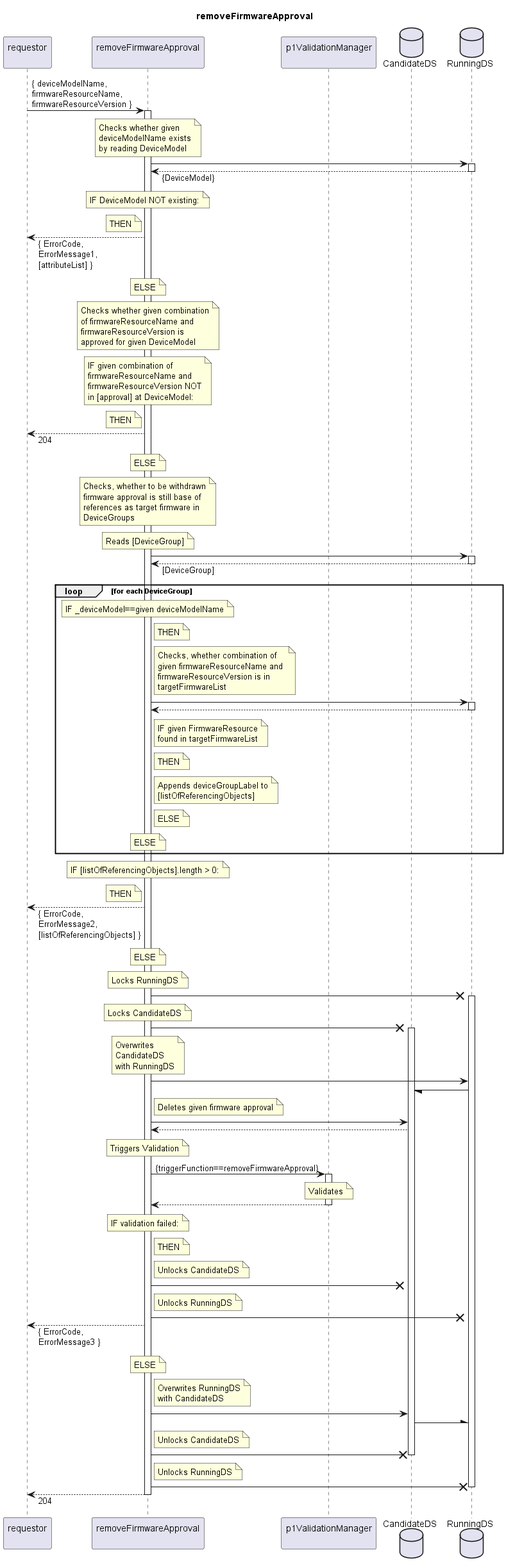
The PlantUML diagram spec/Services/removeFirmwareApproval/1.0.0/removeFirmwareApproval.png in openBackhaul/FirmWareManager, before a commit.
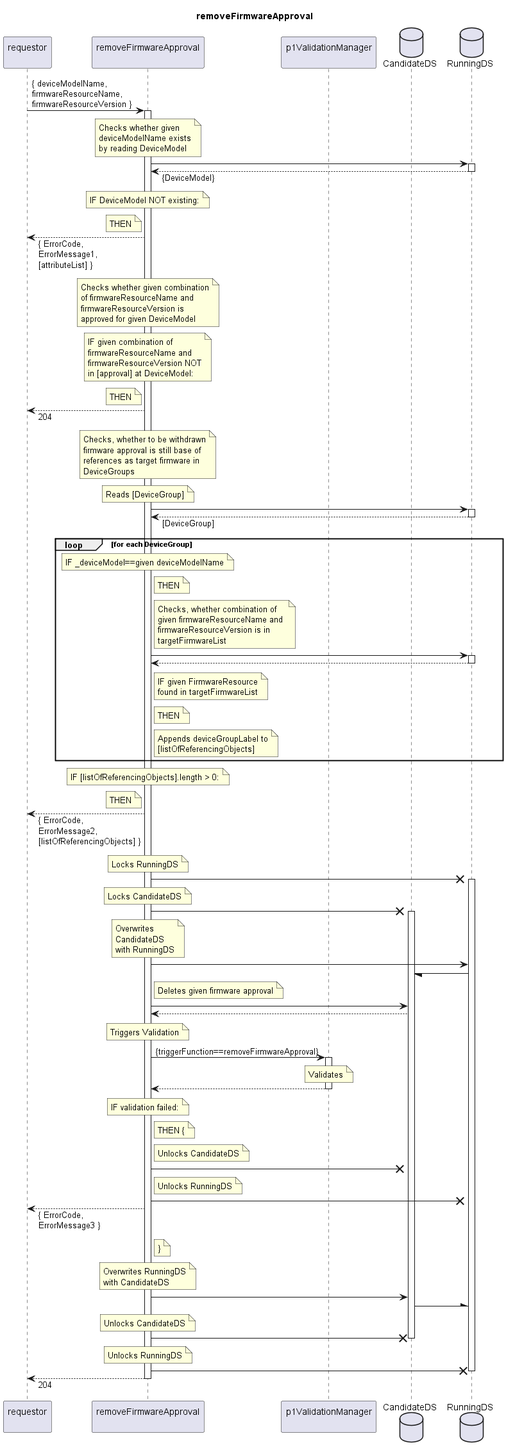
The same file after the commit.

What changed in the source:
```diff
@@ -30,9 +30,6 @@
     THEN
   end note
   requestor <-- indServ: { ErrorCode,\nErrorMessage1,\n[attributeList] }
-  note over indServ
-    ELSE
-  end note
 
   note over indServ
     Checks whether given combination
@@ -50,9 +47,6 @@
     THEN
   end note
   requestor <-- indServ: 204
-  note over indServ
-    ELSE
-  end note
 
   note over indServ
     Checks, whether to be withdrawn
@@ -95,12 +89,6 @@
       Appends deviceGroupLabel to
       [listOfReferencingObjects]
     end note
-    note right indServ
-      ELSE
-    end note
-    note over indServ
-      ELSE
-    end note
   end loop
   note over indServ
     IF [listOfReferencingObjects].length > 0:
@@ -109,9 +97,6 @@
     THEN
   end note
   requestor <-- indServ: { ErrorCode,\nErrorMessage2,\n[listOfReferencingObjects] }
-  note over indServ
-    ELSE
-  end note
 
   note over indServ
     Locks RunningDS
@@ -151,7 +136,7 @@
     IF validation failed:
   end note
   note right indServ
-    THEN
+    THEN {
   end note
   note right indServ
     Unlocks CandidateDS
@@ -162,22 +147,22 @@
   end note
   indServ -X RunDS
   requestor <-- indServ: { ErrorCode,\nErrorMessage3 }
-  note over indServ
-    ELSE
+  note right indServ
+    }
   end note
 
-  note right indServ
+  note over indServ
     Overwrites RunningDS
     with CandidateDS
   end note
   indServ -> CanDS
   CanDS -\ RunDS
-  note right indServ
+  note over indServ
     Unlocks CandidateDS
   end note
   indServ -X CanDS
   deactivate CanDS
-  note right indServ
+  note over indServ
     Unlocks RunningDS
   end note
   indServ -X RunDS
```
